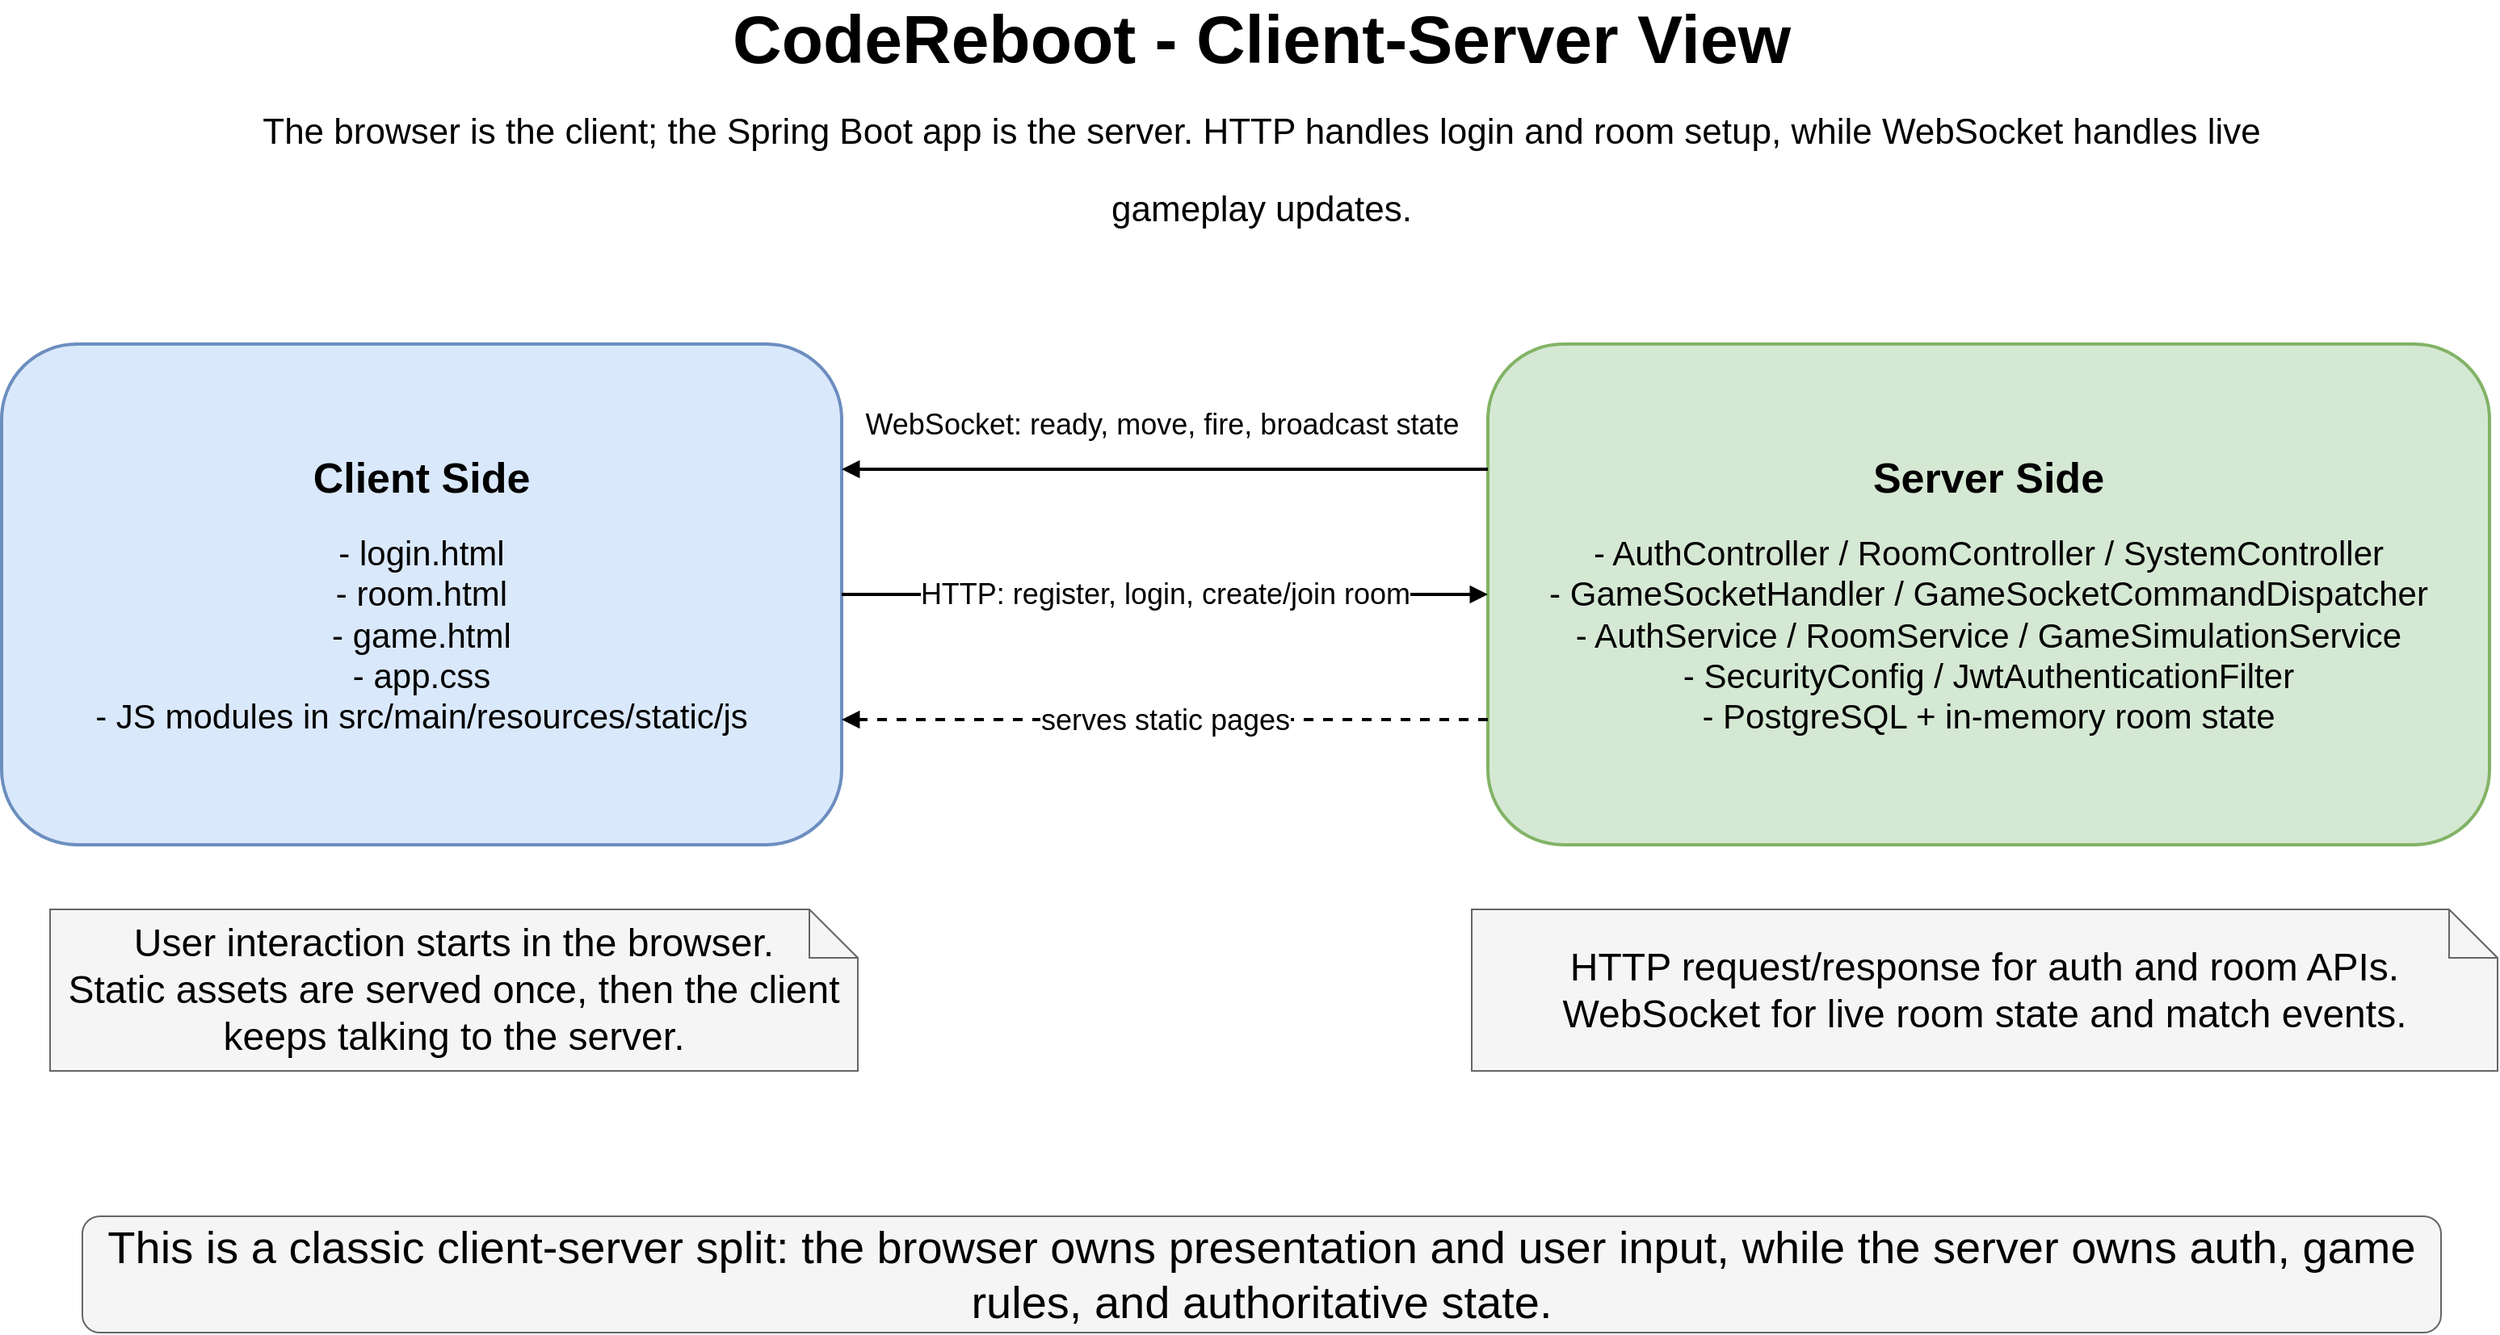
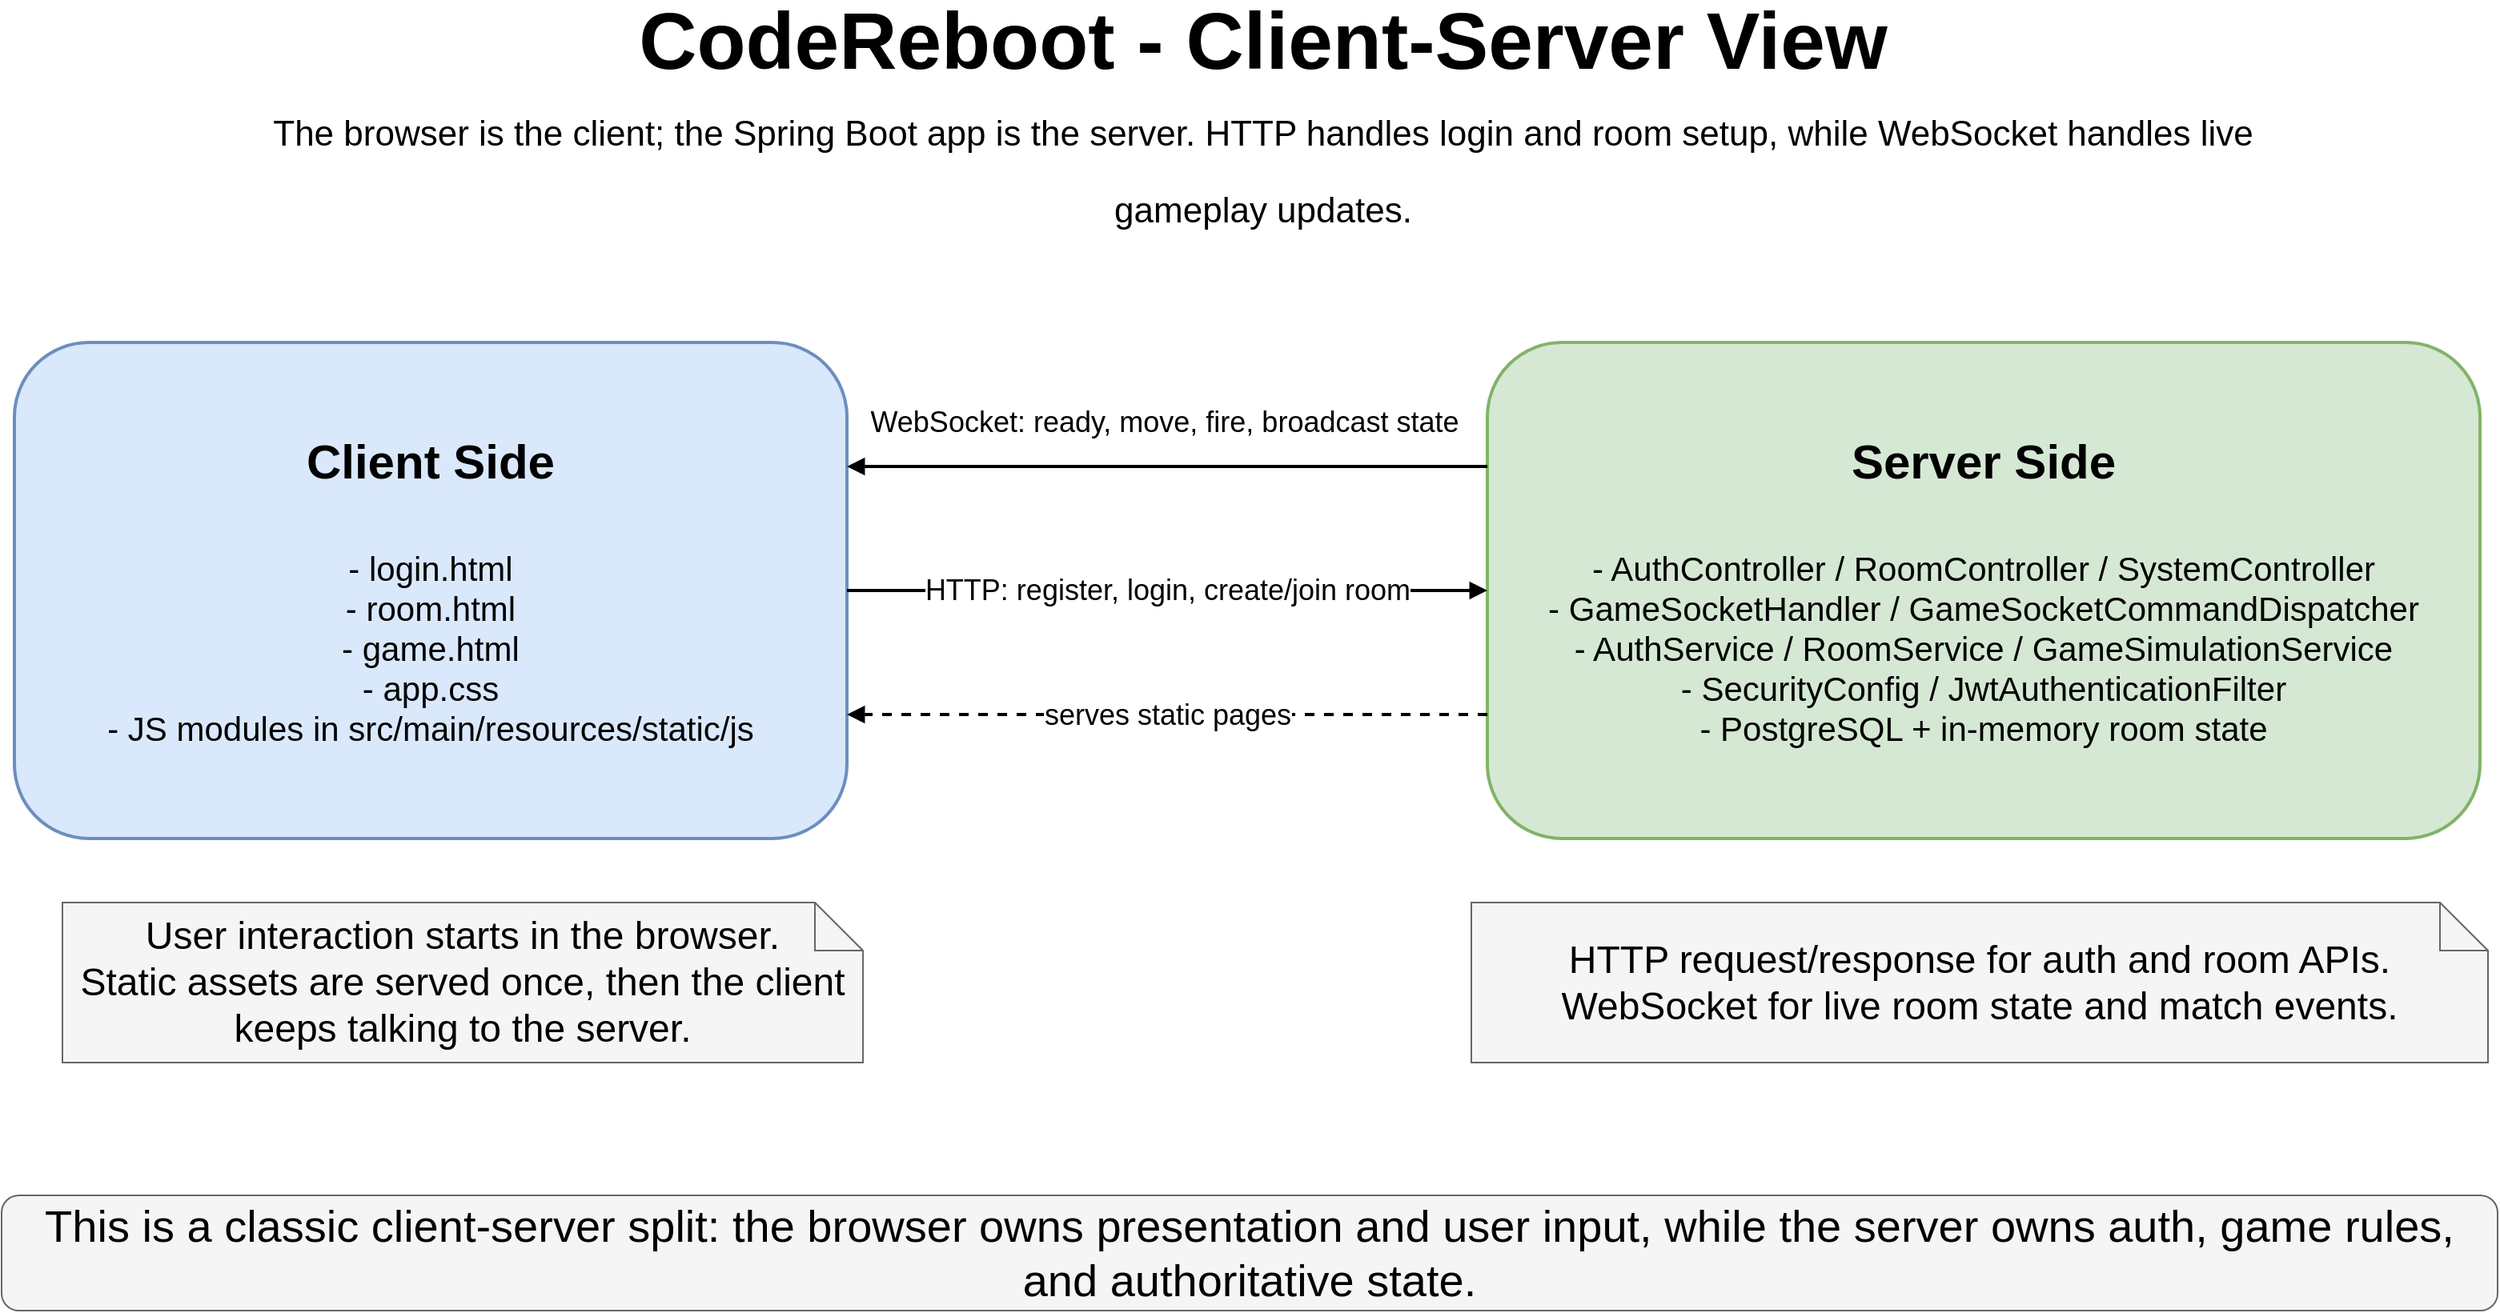
- <mxfile host="65bd71144e">
-     <diagram id="client-server-view-1" name="Client-Server View">
-         <mxGraphModel dx="2033" dy="1075" grid="0" gridSize="10" guides="1" tooltips="1" connect="1" arrows="1" fold="1" page="1" pageScale="1" pageWidth="1800" pageHeight="1100" math="0" shadow="0">
-             <root>
-                 <mxCell id="0"/>
-                 <mxCell id="1" parent="0"/>
-                 <mxCell id="title" value="&lt;font style=&quot;font-size: 42px;&quot;&gt;CodeReboot - Client-Server View&lt;/font&gt;&lt;div&gt;&lt;span style=&quot;font-weight: 400;&quot;&gt;&lt;font style=&quot;font-size: 22px;&quot;&gt;The browser is the client; the Spring Boot app is the server. HTTP handles login and room setup, while WebSocket handles live gameplay updates.&lt;/font&gt;&lt;/span&gt;&lt;/div&gt;" style="text;html=1;strokeColor=none;fillColor=none;align=center;verticalAlign=middle;whiteSpace=wrap;rounded=0;fontSize=40;fontStyle=1;" parent="1" vertex="1">
-                     <mxGeometry x="250" y="60" width="1300" height="100" as="geometry"/>
-                 </mxCell>
-                 <mxCell id="client" value="&lt;font style=&quot;font-size: 26px;&quot;&gt;&lt;b&gt;Client Side&lt;/b&gt;&lt;/font&gt;&lt;br&gt;&lt;br&gt;&lt;div&gt;&lt;font style=&quot;font-size: 21px;&quot;&gt;- login.html&lt;br&gt;- room.html&lt;br&gt;- game.html&lt;br&gt;- app.css&lt;br&gt;- JS modules in src/main/resources/static/js&lt;/font&gt;&lt;/div&gt;" style="rounded=1;whiteSpace=wrap;html=1;fillColor=#dae8fc;strokeColor=#6c8ebf;strokeWidth=2;fontSize=15;" parent="1" vertex="1">
-                     <mxGeometry x="120" y="250" width="520" height="310" as="geometry"/>
-                 </mxCell>
-                 <mxCell id="server" value="&lt;font style=&quot;font-size: 26px;&quot;&gt;&lt;b&gt;Server Side&lt;/b&gt;&lt;/font&gt;&lt;br&gt;&lt;br&gt;&lt;div&gt;&lt;font style=&quot;font-size: 21px;&quot;&gt;- AuthController / RoomController / SystemController&lt;br&gt;- GameSocketHandler / GameSocketCommandDispatcher&lt;br&gt;- AuthService / RoomService / GameSimulationService&lt;br&gt;- SecurityConfig / JwtAuthenticationFilter&lt;br&gt;- PostgreSQL + in-memory room state&lt;/font&gt;&lt;/div&gt;" style="rounded=1;whiteSpace=wrap;html=1;fillColor=#d5e8d4;strokeColor=#82b366;strokeWidth=2;fontSize=15;" parent="1" vertex="1">
-                     <mxGeometry x="1040" y="250" width="620" height="310" as="geometry"/>
-                 </mxCell>
-                 <mxCell id="browserNote" value="&lt;font style=&quot;font-size: 24px;&quot;&gt;User interaction starts in the browser.&lt;br&gt;Static assets are served once, then the client keeps talking to the server.&lt;/font&gt;" style="shape=note;whiteSpace=wrap;html=1;fillColor=#f5f5f5;strokeColor=#666666;fontSize=14;" parent="1" vertex="1">
-                     <mxGeometry x="150" y="600" width="500" height="100" as="geometry"/>
-                 </mxCell>
-                 <mxCell id="protocolNote" value="&lt;font style=&quot;font-size: 24px;&quot;&gt;HTTP request/response for auth and room APIs.&lt;br&gt;WebSocket for live room state and match events.&lt;/font&gt;" style="shape=note;whiteSpace=wrap;html=1;fillColor=#f5f5f5;strokeColor=#666666;fontSize=14;" parent="1" vertex="1">
-                     <mxGeometry x="1030" y="600" width="635" height="100" as="geometry"/>
-                 </mxCell>
-                 <mxCell id="e1" value="&lt;font style=&quot;font-size: 18px;&quot;&gt;HTTP: register, login, create/join room&lt;/font&gt;" style="endArrow=block;html=1;rounded=0;strokeWidth=2;fontSize=14;" parent="1" source="client" target="server" edge="1">
-                     <mxGeometry relative="1" as="geometry"/>
-                 </mxCell>
-                 <mxCell id="e2" value="&lt;font style=&quot;font-size: 18px;&quot;&gt;WebSocket: ready, move, fire, broadcast state&lt;/font&gt;" style="endArrow=block;html=1;rounded=0;strokeWidth=2;fontSize=14;exitX=0;exitY=0.25;exitDx=0;exitDy=0;entryX=1;entryY=0.25;entryDx=0;entryDy=0;align=center;" parent="1" source="server" target="client" edge="1">
-                     <mxGeometry x="0.005" y="-28" relative="1" as="geometry">
-                         <mxPoint x="-1" as="offset"/>
-                     </mxGeometry>
-                 </mxCell>
-                 <mxCell id="e3" value="&lt;font style=&quot;font-size: 18px;&quot;&gt;serves static pages&lt;/font&gt;" style="endArrow=block;html=1;dashed=1;strokeWidth=2;fontSize=14;entryX=1;entryY=0.75;entryDx=0;entryDy=0;exitX=0;exitY=0.75;exitDx=0;exitDy=0;" parent="1" source="server" target="client" edge="1">
-                     <mxGeometry relative="1" as="geometry">
-                         <mxPoint x="1040" y="522" as="sourcePoint"/>
-                         <mxPoint x="640" y="522" as="targetPoint"/>
-                     </mxGeometry>
-                 </mxCell>
-                 <mxCell id="legend" value="&lt;font style=&quot;font-size: 28px;&quot;&gt;This is a classic client-server split: the browser owns presentation and user input, while the server owns auth, game rules, and authoritative state.&lt;/font&gt;" style="rounded=1;whiteSpace=wrap;html=1;fillColor=#f5f5f5;strokeColor=#666666;fontSize=20;" parent="1" vertex="1">
-                     <mxGeometry x="170" y="790" width="1460" height="72" as="geometry"/>
-                 </mxCell>
-             </root>
-         </mxGraphModel>
-     </diagram>
- </mxfile>+ <mxfile host="app.diagrams.net">
+   <diagram id="client-server-view-1" name="Client-Server View">
+     <mxGraphModel dx="1601" dy="1019" grid="0" gridSize="10" guides="1" tooltips="1" connect="1" arrows="1" fold="1" page="1" pageScale="1" pageWidth="1800" pageHeight="1100" math="0" shadow="0">
+       <root>
+         <mxCell id="0" />
+         <mxCell id="1" parent="0" />
+         <mxCell id="title" parent="1" style="text;html=1;strokeColor=none;fillColor=none;align=center;verticalAlign=middle;whiteSpace=wrap;rounded=0;fontSize=40;fontStyle=1;" value="&lt;font style=&quot;line-height: 100%; font-size: 50px;&quot;&gt;CodeReboot - Client-Server View&lt;/font&gt;&lt;div&gt;&lt;span style=&quot;font-weight: 400;&quot;&gt;&lt;font style=&quot;font-size: 22px;&quot;&gt;The browser is the client; the Spring Boot app is the server. HTTP handles login and room setup, while WebSocket handles live gameplay updates.&lt;/font&gt;&lt;/span&gt;&lt;/div&gt;" vertex="1">
+           <mxGeometry height="100" width="1300" x="250" y="60" as="geometry" />
+         </mxCell>
+         <mxCell id="client" parent="1" style="rounded=1;whiteSpace=wrap;html=1;fillColor=#dae8fc;strokeColor=#6c8ebf;strokeWidth=2;fontSize=15;" value="&lt;font style=&quot;font-size: 30px;&quot;&gt;&lt;b style=&quot;&quot;&gt;Client Side&lt;/b&gt;&lt;/font&gt;&lt;br&gt;&lt;br&gt;&lt;br&gt;&lt;div&gt;&lt;font style=&quot;font-size: 21px;&quot;&gt;- login.html&lt;br&gt;- room.html&lt;br&gt;- game.html&lt;br&gt;- app.css&lt;br&gt;- JS modules in src/main/resources/static/js&lt;/font&gt;&lt;/div&gt;" vertex="1">
+           <mxGeometry height="310" width="520" x="120" y="250" as="geometry" />
+         </mxCell>
+         <mxCell id="server" parent="1" style="rounded=1;whiteSpace=wrap;html=1;fillColor=#d5e8d4;strokeColor=#82b366;strokeWidth=2;fontSize=15;" value="&lt;font style=&quot;font-size: 30px;&quot;&gt;&lt;font style=&quot;&quot;&gt;&lt;b style=&quot;&quot;&gt;Server Side&lt;/b&gt;&lt;/font&gt;&lt;br&gt;&lt;/font&gt;&lt;br&gt;&lt;br&gt;&lt;div&gt;&lt;font style=&quot;font-size: 21px;&quot;&gt;- AuthController / RoomController / SystemController&lt;br&gt;- GameSocketHandler / GameSocketCommandDispatcher&lt;br&gt;- AuthService / RoomService / GameSimulationService&lt;br&gt;- SecurityConfig / JwtAuthenticationFilter&lt;br&gt;- PostgreSQL + in-memory room state&lt;/font&gt;&lt;/div&gt;" vertex="1">
+           <mxGeometry height="310" width="620" x="1040" y="250" as="geometry" />
+         </mxCell>
+         <mxCell id="browserNote" parent="1" style="shape=note;whiteSpace=wrap;html=1;fillColor=#f5f5f5;strokeColor=#666666;fontSize=14;" value="&lt;font style=&quot;font-size: 24px;&quot;&gt;User interaction starts in the browser.&lt;br&gt;Static assets are served once, then the client keeps talking to the server.&lt;/font&gt;" vertex="1">
+           <mxGeometry height="100" width="500" x="150" y="600" as="geometry" />
+         </mxCell>
+         <mxCell id="protocolNote" parent="1" style="shape=note;whiteSpace=wrap;html=1;fillColor=#f5f5f5;strokeColor=#666666;fontSize=14;" value="&lt;font style=&quot;font-size: 24px;&quot;&gt;HTTP request/response for auth and room APIs.&lt;br&gt;WebSocket for live room state and match events.&lt;/font&gt;" vertex="1">
+           <mxGeometry height="100" width="635" x="1030" y="600" as="geometry" />
+         </mxCell>
+         <mxCell id="e1" edge="1" parent="1" source="client" style="endArrow=block;html=1;rounded=0;strokeWidth=2;fontSize=14;" target="server" value="&lt;font style=&quot;font-size: 18px;&quot;&gt;HTTP: register, login, create/join room&lt;/font&gt;">
+           <mxGeometry relative="1" as="geometry" />
+         </mxCell>
+         <mxCell id="e2" edge="1" parent="1" source="server" style="endArrow=block;html=1;rounded=0;strokeWidth=2;fontSize=14;exitX=0;exitY=0.25;exitDx=0;exitDy=0;entryX=1;entryY=0.25;entryDx=0;entryDy=0;align=center;" target="client" value="&lt;font style=&quot;font-size: 18px;&quot;&gt;WebSocket: ready, move, fire, broadcast state&lt;/font&gt;">
+           <mxGeometry relative="1" x="0.005" y="-28" as="geometry">
+             <mxPoint x="-1" as="offset" />
+           </mxGeometry>
+         </mxCell>
+         <mxCell id="e3" edge="1" parent="1" source="server" style="endArrow=block;html=1;dashed=1;strokeWidth=2;fontSize=14;entryX=1;entryY=0.75;entryDx=0;entryDy=0;exitX=0;exitY=0.75;exitDx=0;exitDy=0;" target="client" value="&lt;font style=&quot;font-size: 18px;&quot;&gt;serves static pages&lt;/font&gt;">
+           <mxGeometry relative="1" as="geometry">
+             <mxPoint x="1040" y="522" as="sourcePoint" />
+             <mxPoint x="640" y="522" as="targetPoint" />
+           </mxGeometry>
+         </mxCell>
+         <mxCell id="legend" parent="1" style="rounded=1;whiteSpace=wrap;html=1;fillColor=#f5f5f5;strokeColor=#666666;fontSize=20;" value="&lt;font style=&quot;font-size: 28px;&quot;&gt;This is a classic client-server split: the browser owns presentation and user input, while the server owns auth, game rules, and authoritative state.&lt;/font&gt;" vertex="1">
+           <mxGeometry height="72" width="1559" x="112" y="783" as="geometry" />
+         </mxCell>
+       </root>
+     </mxGraphModel>
+   </diagram>
+ </mxfile>
